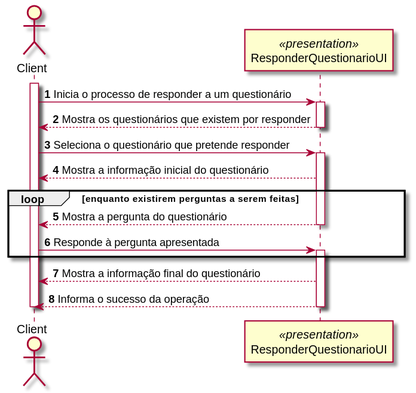
0franciscor/lei21_22_s4_2de_01 keeps this PlantUML diagram as docs/1201386/US3501/SD_ResponderQuestionário.svg. Above is the earlier version. Its diagram source:
```plantuml
@startuml

autonumber
actor "Client" as C
participant ResponderQuestionarioUI as UI <<presentation>>

activate C
C -> UI : Inicia o processo de responder a um questionário
activate UI
UI --> C : Mostra os questionários que existem por responder
deactivate UI
C -> UI : Seleciona o questionário que pretende responder
activate UI
UI --> C : Mostra a informação inicial do questionário
loop enquanto existirem perguntas a serem feitas
UI --> C : Mostra a pergunta do questionário
deactivate UI
C -> UI : Responde à pergunta apresentada
activate UI
end
UI --> C : Mostra a informação final do questionário
UI --> C : Informa o sucesso da operação
deactivate UI
deactivate C

@enduml
```
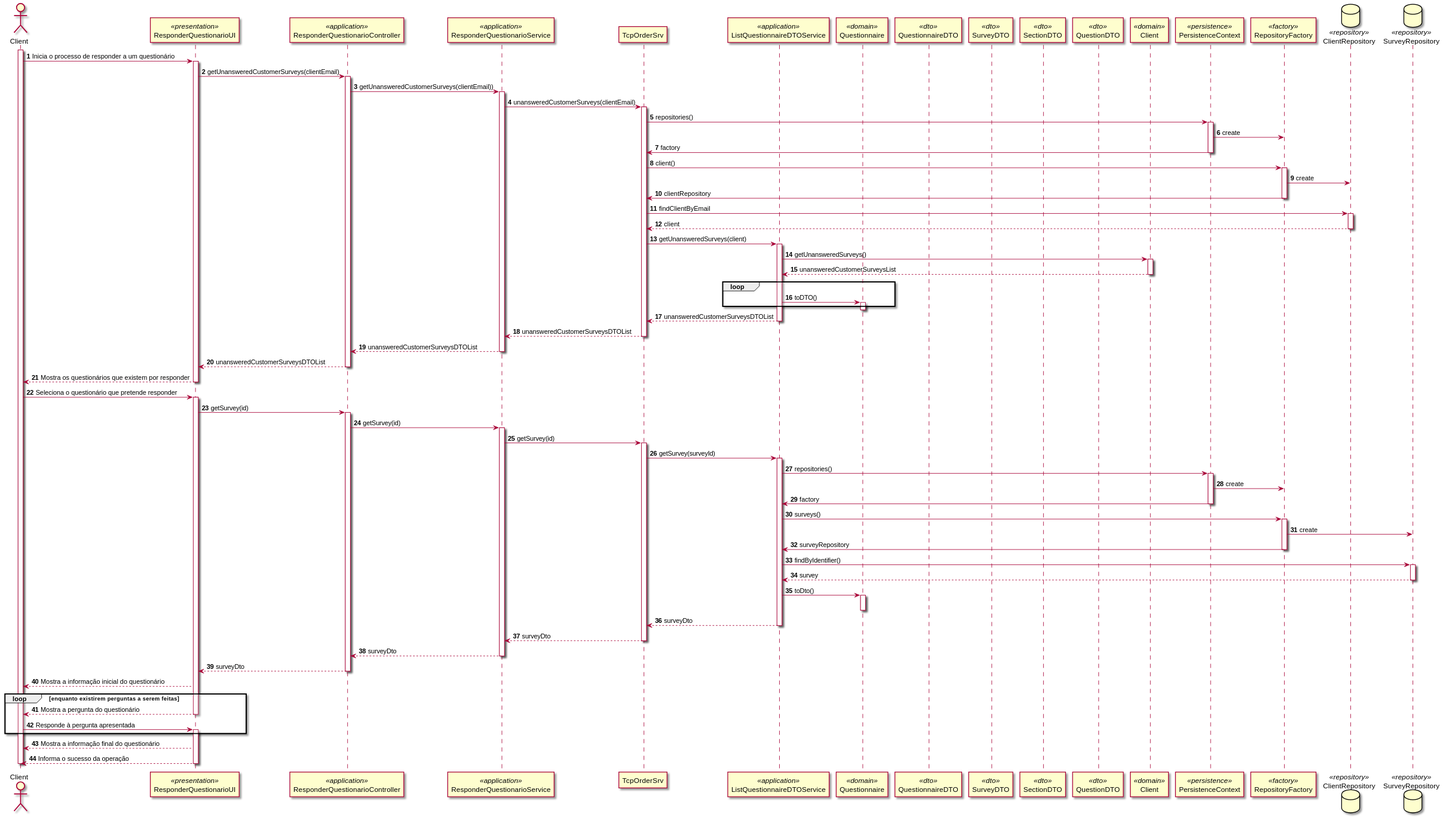
Above is the later version.

Diff of the diagram source:
```diff
@@ -3,14 +3,102 @@
 autonumber
 actor "Client" as C
 participant ResponderQuestionarioUI as UI <<presentation>>
+participant ResponderQuestionarioController as Controller <<application>>
+participant ResponderQuestionarioService as Service <<application>>
+participant TcpOrderSrv as OrderServer
+participant ListQuestionnaireDTOService as serv <<application>>
+participant "Questionnaire" as Domain <<domain>>
+participant "QuestionnaireDTO" as DTO <<dto>>
+participant "SurveyDTO" as dto <<dto>>
+participant "SectionDTO" as sDTO <<dto>>
+participant "QuestionDTO" as qDTO <<dto>>
+participant "Client" as client <<domain>>
+participant PersistenceContext as Persistence <<persistence>>
+participant RepositoryFactory as Factory <<factory>>
+database ClientRepository as repository <<repository>>
+database SurveyRepository as rep <<repository>>
+
+
 
 activate C
 C -> UI : Inicia o processo de responder a um questionário
 activate UI
+UI -> Controller: getUnansweredCustomerSurveys(clientEmail)
+activate Controller
+Controller -> Service : getUnansweredCustomerSurveys(clientEmail))
+activate Service
+Service -> OrderServer : unansweredCustomerSurveys(clientEmail)
+activate OrderServer
+OrderServer -> Persistence: repositories()
+activate Persistence
+Persistence -> Factory: create
+Persistence -> OrderServer: factory
+deactivate Persistence
+OrderServer -> Factory: client()
+activate Factory
+Factory -> repository: create
+Factory -> OrderServer: clientRepository
+deactivate Factory
+OrderServer->repository:findClientByEmail
+activate repository
+repository -->OrderServer: client
+deactivate repository
+OrderServer -> serv: getUnansweredSurveys(client)
+activate serv
+serv -> client: getUnansweredSurveys()
+activate client
+client --> serv: unansweredCustomerSurveysList
+deactivate client
+loop
+serv -> Domain: toDTO()
+activate Domain
+end
+deactivate Domain
+serv --> OrderServer: unansweredCustomerSurveysDTOList
+deactivate serv
+OrderServer --> Service: unansweredCustomerSurveysDTOList
+deactivate OrderServer
+Service --> Controller: unansweredCustomerSurveysDTOList
+deactivate Service
+Controller --> UI: unansweredCustomerSurveysDTOList
+deactivate Controller
 UI --> C : Mostra os questionários que existem por responder
 deactivate UI
 C -> UI : Seleciona o questionário que pretende responder
 activate UI
+UI -> Controller: getSurvey(id)
+activate Controller
+Controller -> Service: getSurvey(id)
+activate Service
+Service -> OrderServer: getSurvey(id)
+activate OrderServer
+OrderServer -> serv: getSurvey(surveyId)
+activate serv
+serv -> Persistence: repositories()
+activate Persistence
+Persistence -> Factory: create
+Persistence -> serv: factory
+deactivate Persistence
+serv -> Factory: surveys()
+activate Factory
+Factory -> rep: create
+Factory -> serv: surveyRepository
+deactivate Factory
+serv->rep:findByIdentifier()
+activate rep
+rep -->serv: survey
+deactivate rep
+serv -> Domain: toDto()
+activate Domain
+deactivate Domain
+serv --> OrderServer: surveyDto
+deactivate serv
+OrderServer --> Service: surveyDto
+deactivate OrderServer
+Service --> Controller: surveyDto
+deactivate Service
+Controller --> UI: surveyDto
+deactivate Controller
 UI --> C : Mostra a informação inicial do questionário
 loop enquanto existirem perguntas a serem feitas
 UI --> C : Mostra a pergunta do questionário
```
